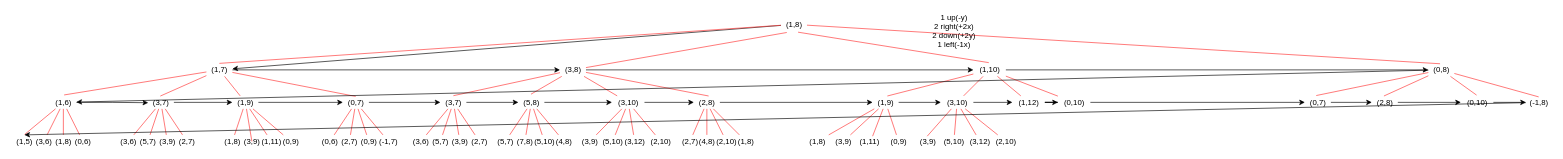
This is Untitled Diagram.drawio from mmokzlrsn/testRepo, a draw.io file, before an edit. Source tidied: cells renumbered, new cells numbered last; positions are measured from the earlier drawing's top-left corner, leaving out a move shared by most shapes. Both pictures are drawn from the tidied source at 65%, with x=0, y=0 at pixel (11, 11).
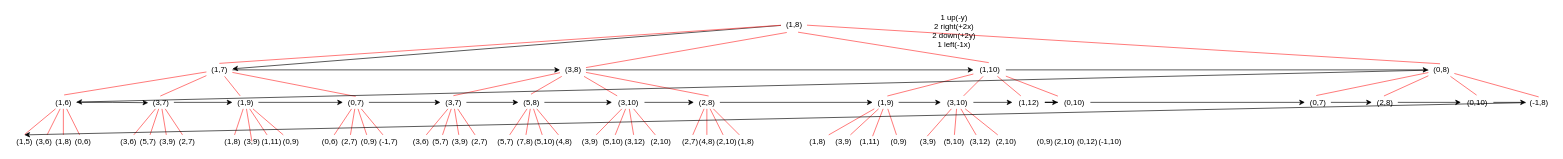
The same page after the edit.

Diff of the diagram source:
```diff
@@
+    <mxCell id="145" value="(0,9)" style="text;html=1;align=center;verticalAlign=middle;strokeColor=none;fillColor=none;" parent="1" vertex="1">
+      <mxGeometry x="1570" y="190" width="40" height="20" as="geometry" />
+    </mxCell>
+    <mxCell id="146" value="(2,10)" style="text;html=1;align=center;verticalAlign=middle;strokeColor=none;fillColor=none;" parent="1" vertex="1">
+      <mxGeometry x="1595" y="190" width="50" height="20" as="geometry" />
+    </mxCell>
+    <mxCell id="147" value="(-1,10)" style="text;html=1;align=center;verticalAlign=middle;strokeColor=none;fillColor=none;" parent="1" vertex="1">
+      <mxGeometry x="1665" y="190" width="50" height="20" as="geometry" />
+    </mxCell>
+    <mxCell id="148" value="(0,12)" style="text;html=1;align=center;verticalAlign=middle;strokeColor=none;fillColor=none;" parent="1" vertex="1">
+      <mxGeometry x="1630" y="190" width="50" height="20" as="geometry" />
+    </mxCell>
```
